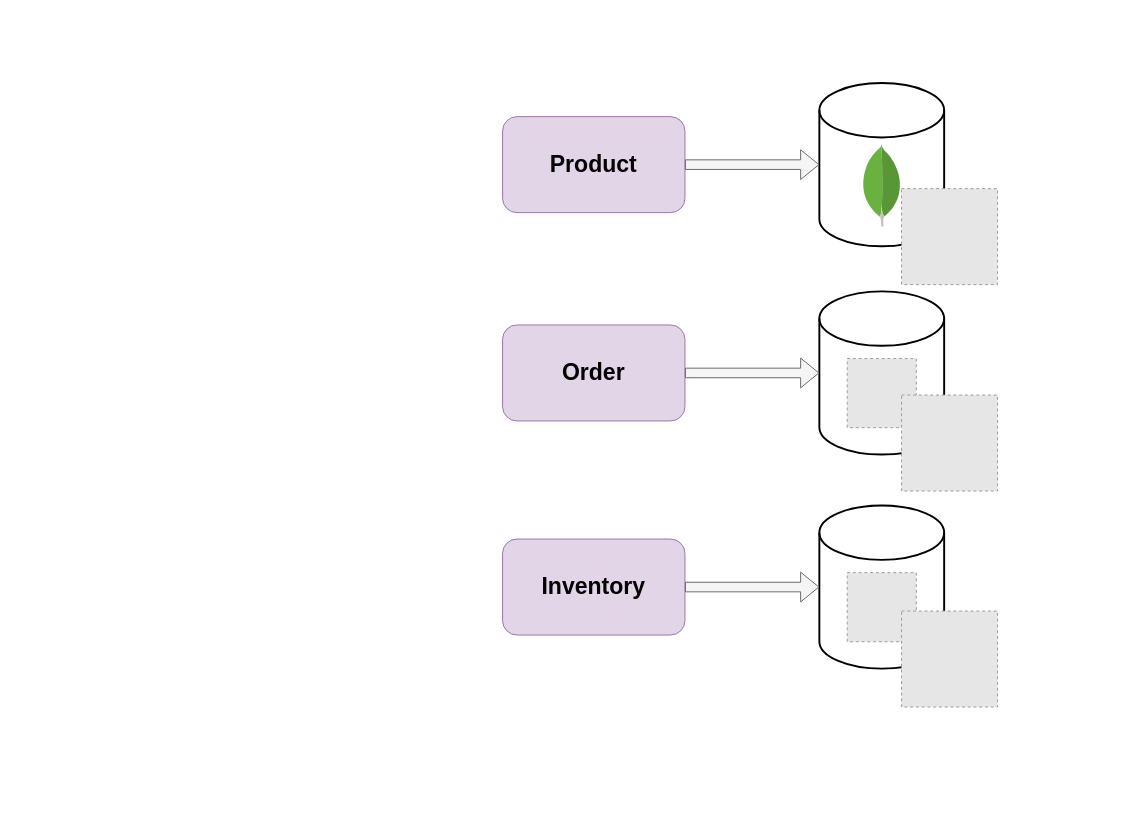
This is architecture.drawio from MONCEF52341/Petit-Spring-Boot, a draw.io file, before an edit. Source tidied: cells renumbered, new cells numbered last; positions are measured from the earlier drawing's top-left corner, leaving out a move shared by most shapes. Both pictures are drawn from the tidied source at 96%, with x=0, y=0 at pixel (502, 83). Pictures stored in the file or linked from it are replaced by grey dashed boxes.
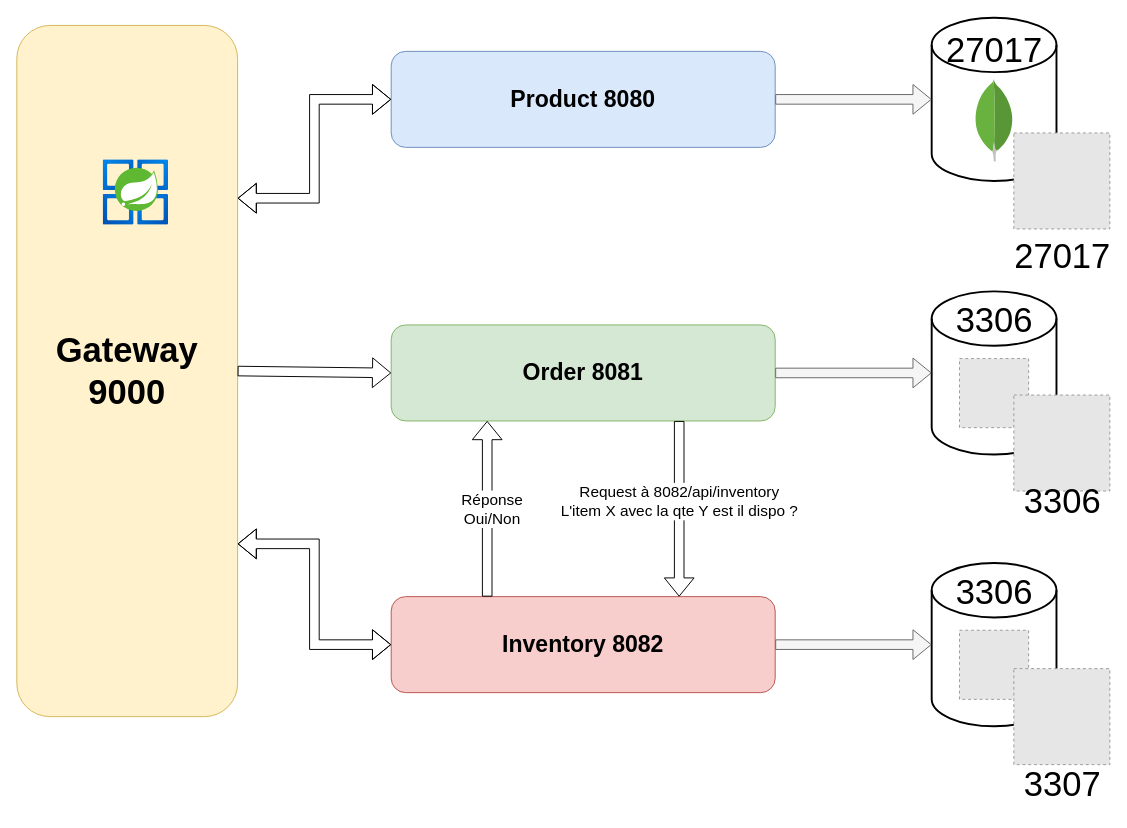
The same diagram, later.

Commit message:
Mettre à jour architecture.drawio

Change to the diagram source:
```diff
@@
+    <mxCell id="17" value="&lt;b&gt;&lt;font style=&quot;font-size: 36px;&quot;&gt;Gateway&lt;br&gt;&lt;/font&gt;&lt;/b&gt;&lt;div&gt;&lt;b&gt;&lt;font style=&quot;font-size: 36px;&quot;&gt;9000&lt;/font&gt;&lt;/b&gt;&lt;/div&gt;" style="rounded=1;whiteSpace=wrap;html=1;fillColor=#fff2cc;strokeColor=#d6b656;" parent="1" vertex="1">
+      <mxGeometry x="-506" y="-60" width="230" height="720" as="geometry" />
+    </mxCell>
-    <mxCell id="2" value="&lt;font style=&quot;font-size: 24px;&quot;&gt;&lt;b&gt;Product&lt;/b&gt;&lt;/font&gt;" style="rounded=1;whiteSpace=wrap;html=1;fillColor=#e1d5e7;strokeColor=#9673a6;" parent="1" vertex="1">
-      <mxGeometry y="35" width="190" height="100" as="geometry" />
+    <mxCell id="2" value="&lt;font style=&quot;font-size: 24px;&quot;&gt;&lt;b&gt;Product 8080&lt;/b&gt;&lt;/font&gt;" style="rounded=1;whiteSpace=wrap;html=1;fillColor=#dae8fc;strokeColor=#6c8ebf;" parent="1" vertex="1">
+      <mxGeometry x="-116" y="-33" width="400" height="100" as="geometry" />
     </mxCell>
     <mxCell id="3" style="strokeWidth=2;html=1;shape=mxgraph.flowchart.database;whiteSpace=wrap;" parent="1" vertex="1">
-      <mxGeometry x="330" y="217" width="130" height="170" as="geometry" />
+      <mxGeometry x="447" y="217" width="130" height="170" as="geometry" />
     </mxCell>
     <mxCell id="4" style="fillColor=#E6E6E6;strokeColor=#999999;dashed=1;verticalLabelPosition=bottom;labelBackgroundColor=default;verticalAlign=top;" parent="1" vertex="1">
-      <mxGeometry x="359" y="287" width="72" height="72" as="geometry" />
+      <mxGeometry x="476" y="287" width="72" height="72" as="geometry" />
     </mxCell>
     <mxCell id="5" style="strokeWidth=2;html=1;shape=mxgraph.flowchart.database;whiteSpace=wrap;" parent="1" vertex="1">
-      <mxGeometry x="330" width="130" height="170" as="geometry" />
+      <mxGeometry x="447" y="-68" width="130" height="170" as="geometry" />
     </mxCell>
     <mxCell id="6" style="dashed=0;html=1;align=center;labelPosition=center;verticalLabelPosition=bottom;verticalAlign=top;shape=mxgraph.weblogos.mongodb;" parent="1" vertex="1">
-      <mxGeometry x="374.4" y="63.8" width="41.2" height="86.2" as="geometry" />
+      <mxGeometry x="491.4" y="-4.2" width="41.2" height="86.2" as="geometry" />
     </mxCell>
@@
-    <mxCell id="8" value="&lt;font style=&quot;font-size: 24px;&quot;&gt;&lt;b&gt;Order&lt;/b&gt;&lt;/font&gt;" style="rounded=1;whiteSpace=wrap;html=1;fillColor=#e1d5e7;strokeColor=#9673a6;" parent="1" vertex="1">
-      <mxGeometry y="252" width="190" height="100" as="geometry" />
+    <mxCell id="8" value="&lt;font style=&quot;font-size: 24px;&quot;&gt;&lt;b&gt;Order 8081&lt;br&gt;&lt;/b&gt;&lt;/font&gt;" style="rounded=1;whiteSpace=wrap;html=1;fillColor=#d5e8d4;strokeColor=#82b366;" parent="1" vertex="1">
+      <mxGeometry x="-116" y="252" width="400" height="100" as="geometry" />
     </mxCell>
@@
     <mxCell id="10" style="strokeWidth=2;html=1;shape=mxgraph.flowchart.database;whiteSpace=wrap;" parent="1" vertex="1">
-      <mxGeometry x="330" y="440" width="130" height="170" as="geometry" />
+      <mxGeometry x="447" y="500" width="130" height="170" as="geometry" />
     </mxCell>
     <mxCell id="11" style="fillColor=#E6E6E6;strokeColor=#999999;dashed=1;verticalLabelPosition=bottom;labelBackgroundColor=default;verticalAlign=top;" parent="1" vertex="1">
-      <mxGeometry x="359" y="510" width="72" height="72" as="geometry" />
+      <mxGeometry x="476" y="570" width="72" height="72" as="geometry" />
     </mxCell>
-    <mxCell id="12" value="&lt;font style=&quot;font-size: 24px;&quot;&gt;&lt;b&gt;Inventory&lt;/b&gt;&lt;/font&gt;" style="rounded=1;whiteSpace=wrap;html=1;fillColor=#e1d5e7;strokeColor=#9673a6;" parent="1" vertex="1">
-      <mxGeometry y="475" width="190" height="100" as="geometry" />
+    <mxCell id="12" value="&lt;div&gt;&lt;font style=&quot;font-size: 24px;&quot;&gt;&lt;b&gt;Inventory 8082&lt;/b&gt;&lt;/font&gt;&lt;/div&gt;" style="rounded=1;whiteSpace=wrap;html=1;fillColor=#f8cecc;strokeColor=#b85450;" parent="1" vertex="1">
+      <mxGeometry x="-116" y="535" width="400" height="100" as="geometry" />
     </mxCell>
@@
-    <mxCell id="14" style="fillColor=#E6E6E6;strokeColor=#999999;dashed=1;html=1;verticalAlign=top;verticalLabelPosition=bottom;labelBackgroundColor=#ffffff;" parent="1" vertex="1">
-      <mxGeometry x="415.6" y="110" width="100" height="100" as="geometry" />
+    <mxCell id="14" value="&lt;font style=&quot;font-size: 36px;&quot;&gt;27017&lt;/font&gt;" style="fillColor=#E6E6E6;strokeColor=#999999;dashed=1;html=1;verticalAlign=top;verticalLabelPosition=bottom;labelBackgroundColor=#ffffff;" parent="1" vertex="1">
+      <mxGeometry x="532.6" y="52" width="100" height="100" as="geometry" />
     </mxCell>
     <mxCell id="15" style="fillColor=#E6E6E6;strokeColor=#999999;dashed=1;html=1;verticalAlign=top;verticalLabelPosition=bottom;labelBackgroundColor=#ffffff;" parent="1" vertex="1">
-      <mxGeometry x="415.6" y="325" width="100" height="100" as="geometry" />
+      <mxGeometry x="532.6" y="325" width="100" height="100" as="geometry" />
     </mxCell>
     <mxCell id="16" style="fillColor=#E6E6E6;strokeColor=#999999;dashed=1;html=1;verticalAlign=top;verticalLabelPosition=bottom;labelBackgroundColor=#ffffff;" parent="1" vertex="1">
-      <mxGeometry x="415.6" y="550" width="100" height="100" as="geometry" />
+      <mxGeometry x="532.6" y="610" width="100" height="100" as="geometry" />
     </mxCell>
+    <mxCell id="18" style="shape=flexArrow;endArrow=classic;html=1;rounded=0;exitX=0.75;exitY=1;exitDx=0;exitDy=0;entryX=0.75;entryY=0;entryDx=0;entryDy=0;" parent="1" edge="1" source="8" target="12">
+      <mxGeometry relative="1" as="geometry" />
+    </mxCell>
+    <mxCell id="19" value="Request à 8082/api/inventory&lt;br style=&quot;font-size: 16px;&quot;&gt;L'item X avec la qte Y est il dispo ?" style="edgeLabel;html=1;align=center;verticalAlign=middle;fontSize=16;" parent="18" vertex="1">
+      <mxGeometry x="-0.09" y="-1" relative="1" as="geometry" />
+    </mxCell>
+    <mxCell id="20" style="shape=flexArrow;endArrow=classic;html=1;rounded=0;exitX=0.25;exitY=0;exitDx=0;exitDy=0;entryX=0.25;entryY=1;entryDx=0;entryDy=0;" parent="1" edge="1" source="12" target="8">
+      <mxGeometry relative="1" as="geometry" />
+    </mxCell>
+    <mxCell id="21" value="Réponse &lt;br style=&quot;font-size: 16px;&quot;&gt;Oui/Non" style="edgeLabel;html=1;align=center;verticalAlign=middle;fontSize=16;" parent="20" vertex="1">
+      <mxGeometry x="-0.1" y="-2" relative="1" as="geometry">
+        <mxPoint x="2" y="-10" as="offset" />
+      </mxGeometry>
+    </mxCell>
+    <mxCell id="22" style="image;html=1;align=center;fontSize=12;image=img/lib/azure2/compute/Azure_Spring_Cloud.svg;" parent="1" vertex="1">
+      <mxGeometry x="-416" y="80" width="68" height="68" as="geometry" />
+    </mxCell>
+    <mxCell id="23" style="shape=flexArrow;endArrow=classic;html=1;rounded=0;exitX=1;exitY=0.25;exitDx=0;exitDy=0;entryX=0;entryY=0.5;entryDx=0;entryDy=0;edgeStyle=orthogonalEdgeStyle;startArrow=block;" parent="1" edge="1" source="17" target="2">
+      <mxGeometry relative="1" as="geometry" />
+    </mxCell>
+    <mxCell id="24" style="shape=flexArrow;endArrow=classic;html=1;rounded=0;exitX=1;exitY=0.5;exitDx=0;exitDy=0;entryX=0;entryY=0.5;entryDx=0;entryDy=0;" parent="1" edge="1" source="17" target="8">
+      <mxGeometry relative="1" as="geometry" />
+    </mxCell>
+    <mxCell id="25" style="shape=flexArrow;endArrow=classic;html=1;rounded=0;exitX=1;exitY=0.75;exitDx=0;exitDy=0;entryX=0;entryY=0.5;entryDx=0;entryDy=0;edgeStyle=orthogonalEdgeStyle;startArrow=block;" parent="1" edge="1" source="17" target="12">
+      <mxGeometry relative="1" as="geometry" />
+    </mxCell>
+    <mxCell id="26" value="&lt;font style=&quot;font-size: 36px;&quot;&gt;27017&lt;/font&gt;" style="text;html=1;align=center;verticalAlign=middle;strokeColor=none;fillColor=none;" parent="1" vertex="1">
+      <mxGeometry x="452" y="-64.2" width="120" height="60" as="geometry" />
+    </mxCell>
+    <mxCell id="27" value="&lt;font style=&quot;font-size: 36px;&quot;&gt;3306&lt;/font&gt;" style="text;html=1;align=center;verticalAlign=middle;strokeColor=none;fillColor=none;" parent="1" vertex="1">
+      <mxGeometry x="462" y="217" width="100" height="60" as="geometry" />
+    </mxCell>
+    <mxCell id="28" value="&lt;font style=&quot;font-size: 36px;&quot;&gt;3306&lt;/font&gt;" style="text;html=1;align=center;verticalAlign=middle;strokeColor=none;fillColor=none;" parent="1" vertex="1">
+      <mxGeometry x="462" y="500" width="100" height="60" as="geometry" />
+    </mxCell>
+    <mxCell id="29" value="&lt;font style=&quot;font-size: 36px;&quot;&gt;3306&lt;/font&gt;" style="text;html=1;align=center;verticalAlign=middle;strokeColor=none;fillColor=none;" parent="1" vertex="1">
+      <mxGeometry x="532.6" y="405" width="100" height="60" as="geometry" />
+    </mxCell>
+    <mxCell id="30" value="&lt;font style=&quot;font-size: 36px;&quot;&gt;3307&lt;/font&gt;" style="text;html=1;align=center;verticalAlign=middle;strokeColor=none;fillColor=none;" parent="1" vertex="1">
+      <mxGeometry x="532.6" y="700" width="100" height="60" as="geometry" />
+    </mxCell>
```
